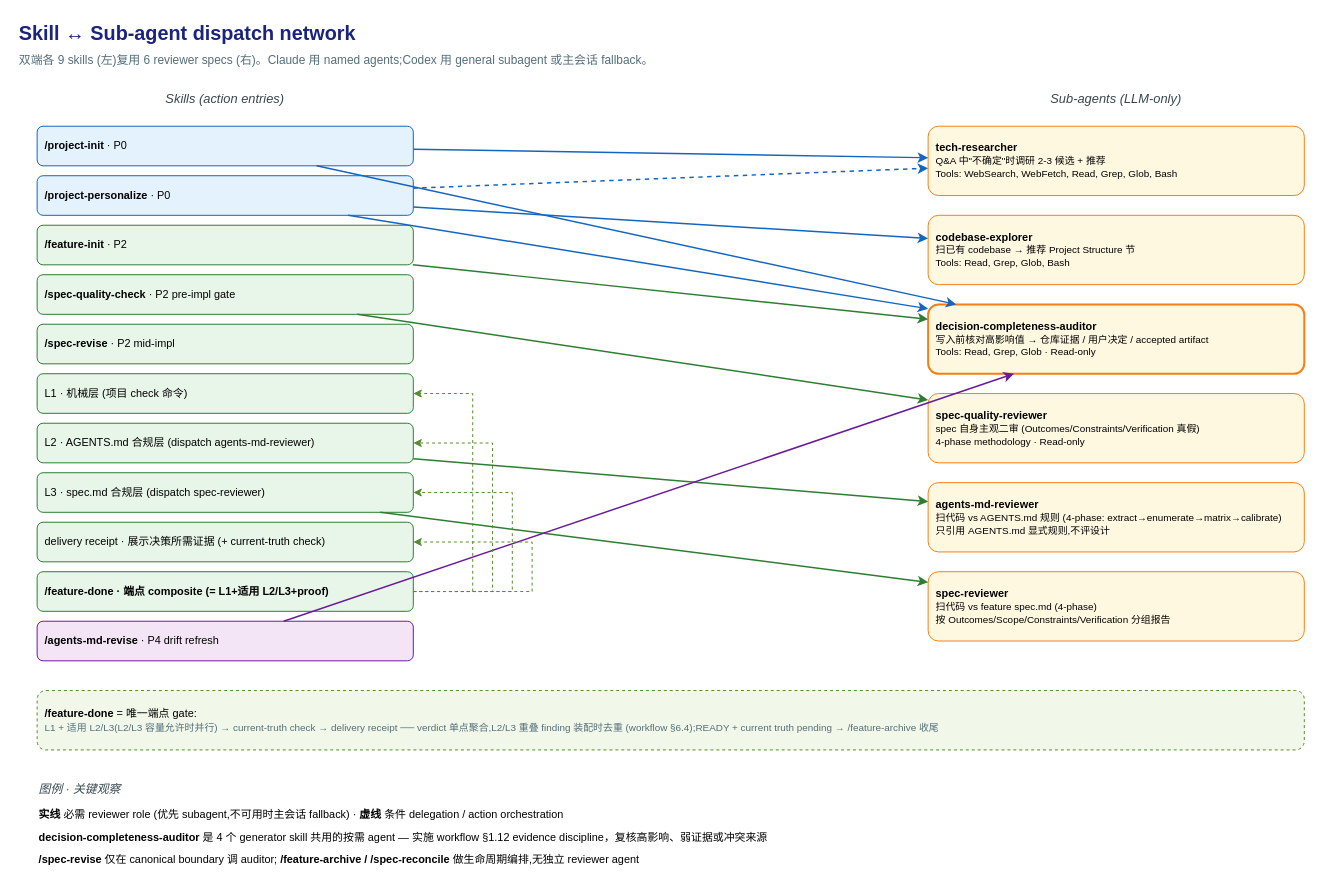
shrekshrek/project-workflow keeps this draw.io diagram as page "Dispatch network (skills ↔ agents)" (2 of 2) of docs/project-workflow-overview.drawio. Above is the earlier version. Source tidied: cells renumbered, new cells numbered last; positions are measured from the earlier drawing's top-left corner, leaving out a move shared by most shapes. Both pictures are drawn from the tidied source at 99%, with x=0, y=0 at pixel (17, 17).
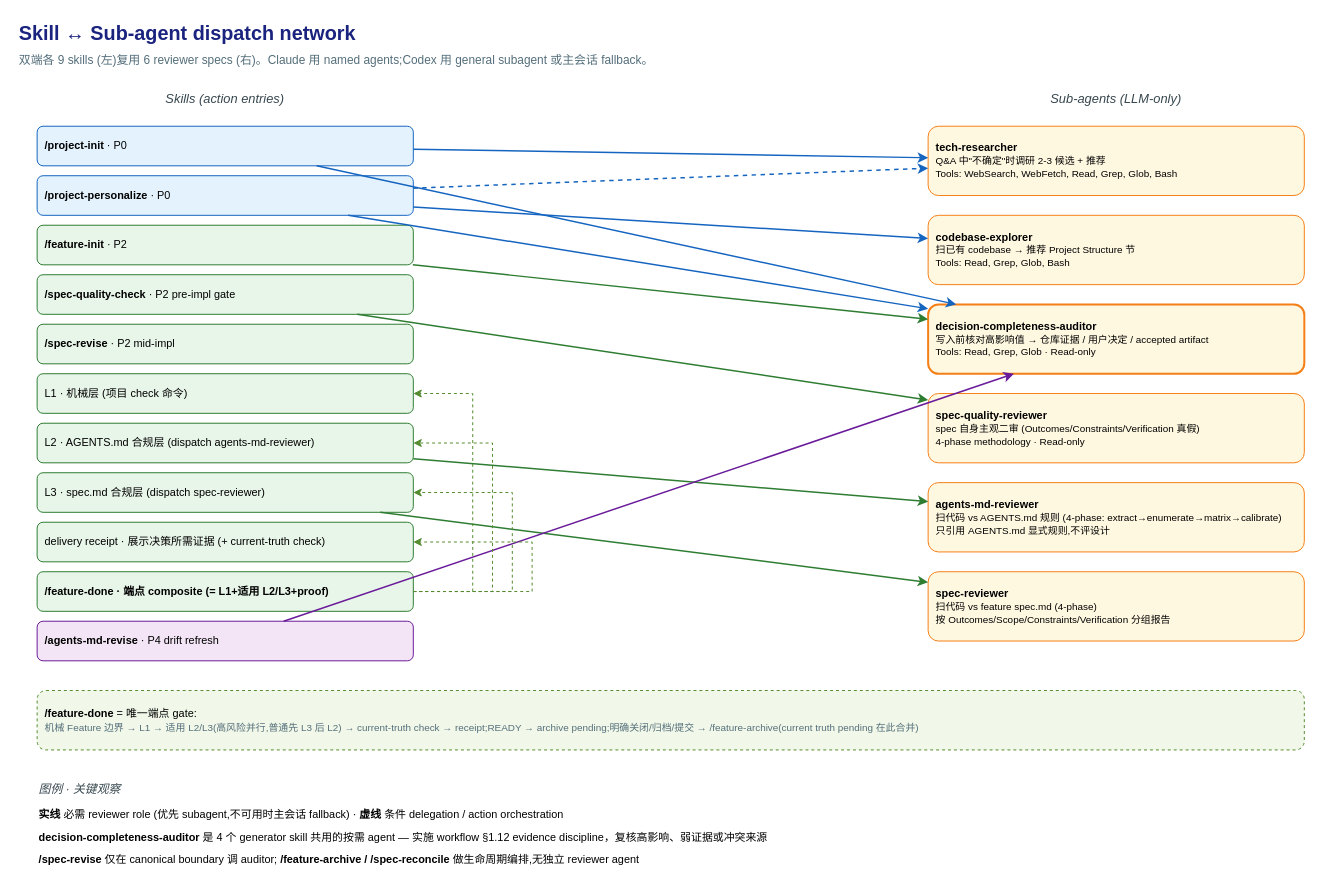
The same page after the edit.

What changed in the source:
```diff
@@
-    <mxCell id="33" value="&lt;b&gt;/feature-done&lt;/b&gt; = 唯一端点 gate:&lt;br/&gt;&lt;span style='font-size:10px;color:#546E7A;'&gt;L1 + 适用 L2/L3(L2/L3 容量允许时并行) → current-truth check → delivery receipt ── verdict 单点聚合,L2/L3 重叠 finding 装配时去重 (workflow §6.4);READY + current truth pending → /feature-archive 收尾&lt;/span&gt;" style="rounded=1;whiteSpace=wrap;html=1;fillColor=#F1F8E9;strokeColor=#558B2F;fontSize=11;align=left;verticalAlign=middle;spacing=8;dashed=1;" parent="1" vertex="1">
+    <mxCell id="33" value="&lt;b&gt;/feature-done&lt;/b&gt; = 唯一端点 gate:&lt;br/&gt;&lt;span style='font-size:10px;color:#546E7A;'&gt;机械 Feature 边界 → L1 → 适用 L2/L3(高风险并行,普通先 L3 后 L2) → current-truth check → receipt;READY → archive pending;明确关闭/归档/提交 → /feature-archive(current truth pending 在此合并)&lt;/span&gt;" style="rounded=1;whiteSpace=wrap;html=1;fillColor=#F1F8E9;strokeColor=#558B2F;fontSize=11;align=left;verticalAlign=middle;spacing=8;dashed=1;" parent="1" vertex="1">
       <mxGeometry x="20" y="680" width="1280" height="60" as="geometry" />
     </mxCell>
```
